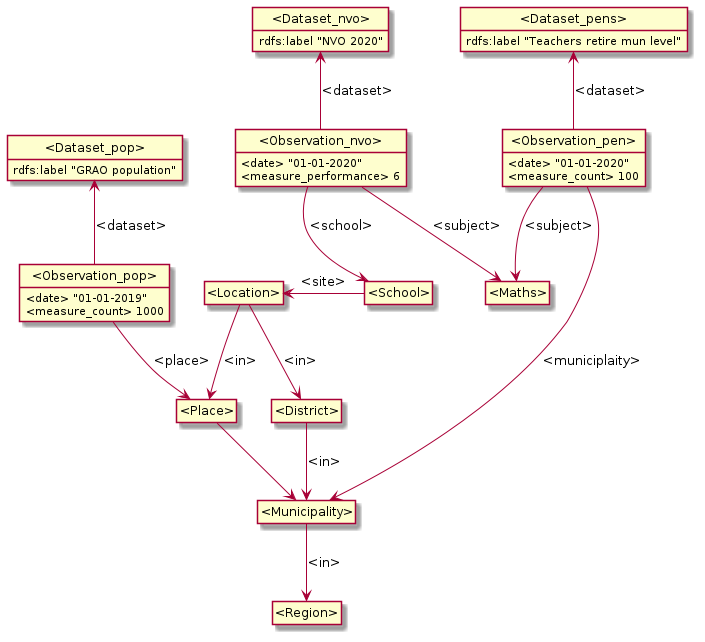
data-for-good-bg/semantic-schools keeps this PlantUML diagram as model/high-level.png. Above is the earlier version.
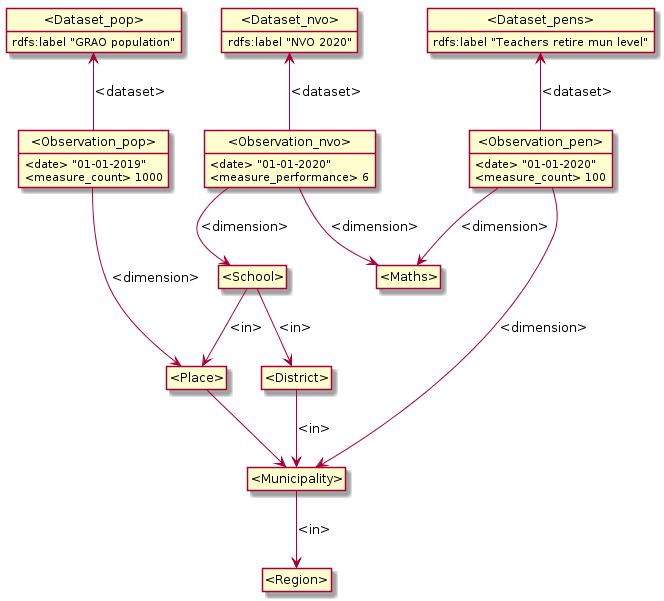
After the commit.

Commit message:
high level

Diff of the diagram source:
```diff
@@ -2,42 +2,40 @@
 hide empty methods
 hide empty attributes
 hide circle
-
+skinparam classAttributeIconSize 0
+class _Dataset_pop_ as "<Dataset_pop>"
+_Dataset_pop_ : rdfs:label "GRAO population"
 class _Dataset_nvo_ as "<Dataset_nvo>"
 _Dataset_nvo_ : rdfs:label "NVO 2020"
+class _Observation_pen_ as "<Observation_pen>"
+class _Maths_ as "<Maths>"
+_Observation_pen_ -down-> _Maths_ : <dimension>
+class _Municipality_ as "<Municipality>"
+_Observation_pen_ -down-> _Municipality_ : <dimension>
 class _Dataset_pens_ as "<Dataset_pens>"
-_Dataset_pens_ : rdfs:label "Teachers retire mun level"
-class _Dataset_pop_ as "<Dataset_pop>"
-_Dataset_pop_ : rdfs:label "GRAO population"
-class _District_ as "<District>"
-class _Municipality_ as "<Municipality>"
-_District_ -down-> _Municipality_ : <in>
-class _Location_ as "<Location>"
-_Location_ -down-> _District_ : <in>
-class _Place_ as "<Place>"
-_Location_ -down-> _Place_ : <in>
+_Observation_pen_ -up-> _Dataset_pens_ : <dataset>
+_Observation_pen_ : <date> "01-01-2020"
+_Observation_pen_ : <measure_count> 100
 class _Region_ as "<Region>"
 _Municipality_ -down-> _Region_ : <in>
+class _Observation_pop_ as "<Observation_pop>"
+class _Place_ as "<Place>"
+_Observation_pop_ -down-> _Place_ : <dimension>
 class _Observation_nvo_ as "<Observation_nvo>"
-_Observation_nvo_ -up-> _Dataset_nvo_ : <dataset>
-class _Maths_ as "<Maths>"
-_Observation_nvo_ -down-> _Maths_ : <subject>
-class _School_ as "<School>"
-_Observation_nvo_ -down-> _School_ : <school>
-_Observation_nvo_ : <date> "01-01-2020"
-_Observation_nvo_ : <measure_performance> 6
-class _Observation_pen_ as "<Observation_pen>"
-_Observation_pen_ -up-> _Dataset_pens_ : <dataset>
-_Observation_pen_ -down-> _Maths_ : <subject>
-_Observation_pen_ -down-> _Municipality_ : <municiplaity>
-_Observation_pen_ : <date> "01-01-2020"
-_Observation_pen_ : <measure_count> 100
-class _Observation_pop_ as "<Observation_pop>"
+_Observation_pop_ -right[hidden]-> _Observation_nvo_
 _Observation_pop_ -up-> _Dataset_pop_ : <dataset>
-_Observation_pop_ -right[hidden]-> _Location_
-_Observation_pop_ -down-> _Place_ : <place>
 _Observation_pop_ : <date> "01-01-2019"
 _Observation_pop_ : <measure_count> 1000
 _Place_ -down-> _Municipality_
-_School_ -left-> _Location_ : <site>
+class _District_ as "<District>"
+_District_ -down-> _Municipality_ : <in>
+class _School_ as "<School>"
+_Observation_nvo_ -down-> _School_ : <dimension>
+_Observation_nvo_ -up-> _Dataset_nvo_ : <dataset>
+_Observation_nvo_ -down-> _Maths_ : <dimension>
+_Observation_nvo_ : <date> "01-01-2020"
+_Observation_nvo_ : <measure_performance> 6
+_School_ -down-> _District_ : <in>
+_School_ -down-> _Place_ : <in>
+_Dataset_pens_ : rdfs:label "Teachers retire mun level"
 @enduml
```
